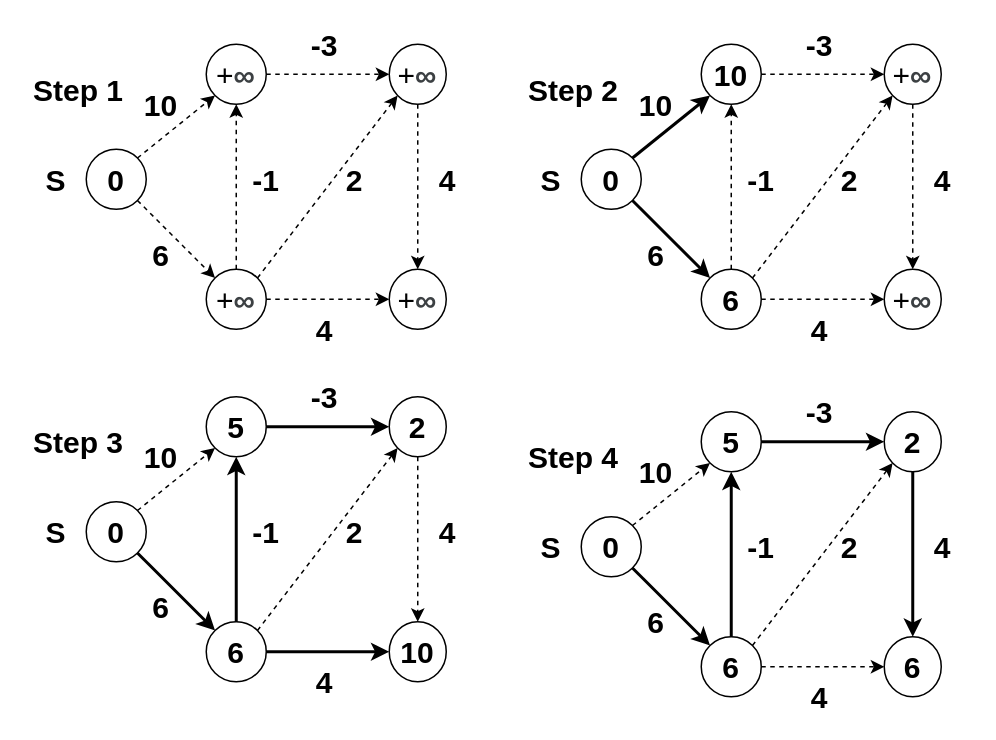
This is figures/sssp.drawio from faisal3325/graph-analytics-review-paper, a draw.io file, before an edit. Source tidied: cells renumbered, new cells numbered last; positions are measured from the earlier drawing's top-left corner, leaving out a move shared by most shapes. Both pictures are drawn from the tidied source at 150%, with x=0, y=0 at pixel (26, 28).
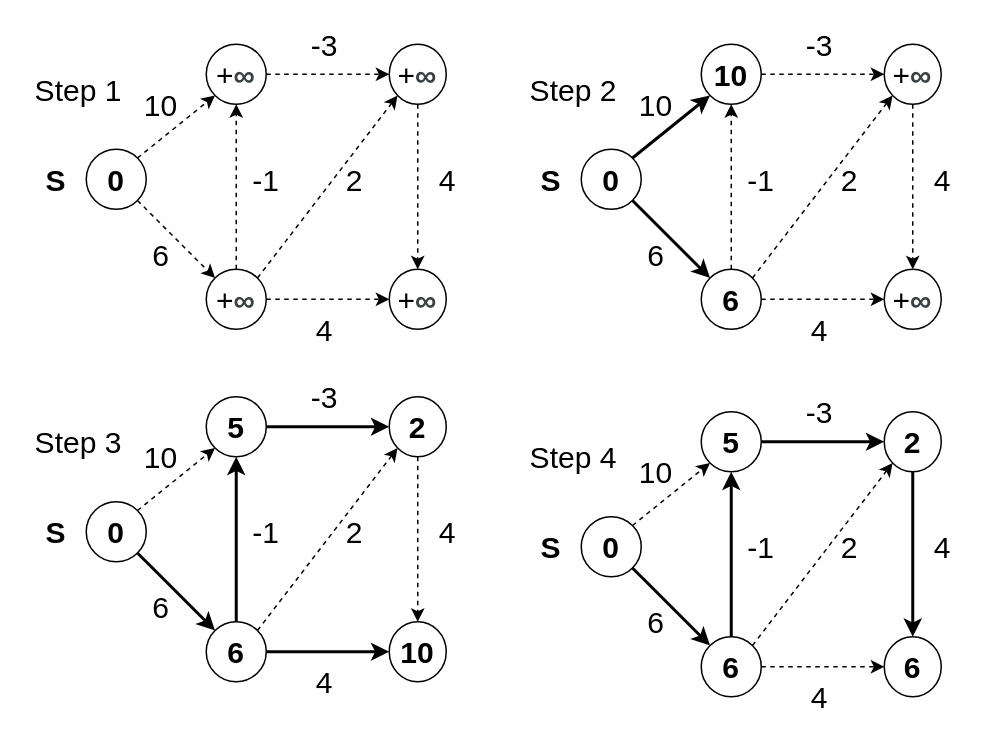
After the change.

Diff of the diagram source:
```diff
@@
-    <mxCell id="15" value="&lt;b style=&quot;font-size: 20px;&quot;&gt;10&lt;/b&gt;" style="text;html=1;strokeColor=none;fillColor=none;align=center;verticalAlign=middle;whiteSpace=wrap;rounded=0;fontSize=20;" parent="1" vertex="1">
+    <mxCell id="15" value="&lt;span style=&quot;font-size: 20px;&quot;&gt;10&lt;/span&gt;" style="text;html=1;strokeColor=none;fillColor=none;align=center;verticalAlign=middle;whiteSpace=wrap;rounded=0;fontSize=20;fontStyle=0;" parent="1" vertex="1">
       <mxGeometry x="70" y="40" width="40" height="20" as="geometry" />
     </mxCell>
-    <mxCell id="16" value="&lt;b style=&quot;font-size: 20px;&quot;&gt;6&lt;/b&gt;" style="text;html=1;strokeColor=none;fillColor=none;align=center;verticalAlign=middle;whiteSpace=wrap;rounded=0;fontSize=20;" parent="1" vertex="1">
+    <mxCell id="16" value="&lt;span style=&quot;font-size: 20px;&quot;&gt;6&lt;/span&gt;" style="text;html=1;strokeColor=none;fillColor=none;align=center;verticalAlign=middle;whiteSpace=wrap;rounded=0;fontSize=20;fontStyle=0;" parent="1" vertex="1">
       <mxGeometry x="70" y="140" width="40" height="20" as="geometry" />
     </mxCell>
-    <mxCell id="17" value="&lt;b style=&quot;font-size: 20px;&quot;&gt;-1&lt;br style=&quot;font-size: 20px;&quot;&gt;&lt;/b&gt;" style="text;html=1;strokeColor=none;fillColor=none;align=center;verticalAlign=middle;whiteSpace=wrap;rounded=0;fontSize=20;" parent="1" vertex="1">
+    <mxCell id="17" value="&lt;span style=&quot;font-size: 20px;&quot;&gt;-1&lt;br style=&quot;font-size: 20px;&quot;&gt;&lt;/span&gt;" style="text;html=1;strokeColor=none;fillColor=none;align=center;verticalAlign=middle;whiteSpace=wrap;rounded=0;fontSize=20;fontStyle=0;" parent="1" vertex="1">
       <mxGeometry x="140" y="90" width="40" height="20" as="geometry" />
     </mxCell>
-    <mxCell id="18" value="&lt;b style=&quot;font-size: 20px;&quot;&gt;-3&lt;br style=&quot;font-size: 20px;&quot;&gt;&lt;/b&gt;" style="text;html=1;strokeColor=none;fillColor=none;align=center;verticalAlign=middle;whiteSpace=wrap;rounded=0;fontSize=20;" parent="1" vertex="1">
+    <mxCell id="18" value="&lt;span style=&quot;font-size: 20px;&quot;&gt;-3&lt;br style=&quot;font-size: 20px;&quot;&gt;&lt;/span&gt;" style="text;html=1;strokeColor=none;fillColor=none;align=center;verticalAlign=middle;whiteSpace=wrap;rounded=0;fontSize=20;fontStyle=0;" parent="1" vertex="1">
       <mxGeometry x="180" width="38" height="20" as="geometry" />
     </mxCell>
-    <mxCell id="19" value="&lt;b style=&quot;font-size: 20px;&quot;&gt;2&lt;br style=&quot;font-size: 20px;&quot;&gt;&lt;/b&gt;" style="text;html=1;strokeColor=none;fillColor=none;align=center;verticalAlign=middle;whiteSpace=wrap;rounded=0;fontSize=20;" parent="1" vertex="1">
+    <mxCell id="19" value="&lt;span style=&quot;font-size: 20px;&quot;&gt;2&lt;br style=&quot;font-size: 20px;&quot;&gt;&lt;/span&gt;" style="text;html=1;strokeColor=none;fillColor=none;align=center;verticalAlign=middle;whiteSpace=wrap;rounded=0;fontSize=20;fontStyle=0;" parent="1" vertex="1">
       <mxGeometry x="200" y="90" width="38" height="20" as="geometry" />
     </mxCell>
-    <mxCell id="20" value="&lt;b style=&quot;font-size: 20px;&quot;&gt;4&lt;br style=&quot;font-size: 20px;&quot;&gt;&lt;/b&gt;" style="text;html=1;strokeColor=none;fillColor=none;align=center;verticalAlign=middle;whiteSpace=wrap;rounded=0;fontSize=20;" parent="1" vertex="1">
+    <mxCell id="20" value="&lt;span style=&quot;font-size: 20px;&quot;&gt;4&lt;br style=&quot;font-size: 20px;&quot;&gt;&lt;/span&gt;" style="text;html=1;strokeColor=none;fillColor=none;align=center;verticalAlign=middle;whiteSpace=wrap;rounded=0;fontSize=20;fontStyle=0;" parent="1" vertex="1">
       <mxGeometry x="262" y="90" width="38" height="20" as="geometry" />
     </mxCell>
-    <mxCell id="21" value="&lt;b style=&quot;font-size: 20px;&quot;&gt;4&lt;br style=&quot;font-size: 20px;&quot;&gt;&lt;/b&gt;" style="text;html=1;strokeColor=none;fillColor=none;align=center;verticalAlign=middle;whiteSpace=wrap;rounded=0;fontSize=20;" parent="1" vertex="1">
+    <mxCell id="21" value="&lt;span style=&quot;font-size: 20px;&quot;&gt;4&lt;br style=&quot;font-size: 20px;&quot;&gt;&lt;/span&gt;" style="text;html=1;strokeColor=none;fillColor=none;align=center;verticalAlign=middle;whiteSpace=wrap;rounded=0;fontSize=20;fontStyle=0;" parent="1" vertex="1">
       <mxGeometry x="180" y="190" width="38" height="20" as="geometry" />
     </mxCell>
-    <mxCell id="22" value="&lt;b style=&quot;font-size: 20px;&quot;&gt;&lt;font style=&quot;font-size: 20px;&quot;&gt;Step 1&lt;/font&gt;&lt;/b&gt;" style="text;html=1;strokeColor=none;fillColor=none;align=center;verticalAlign=middle;whiteSpace=wrap;rounded=0;fontSize=20;" parent="1" vertex="1">
+    <mxCell id="22" value="&lt;span style=&quot;font-size: 20px&quot;&gt;&lt;font style=&quot;font-size: 20px&quot;&gt;Step 1&lt;/font&gt;&lt;/span&gt;" style="text;html=1;strokeColor=none;fillColor=none;align=center;verticalAlign=middle;whiteSpace=wrap;rounded=0;fontSize=20;" parent="1" vertex="1">
       <mxGeometry y="30" width="70" height="20" as="geometry" />
     </mxCell>
-    <mxCell id="23" value="&lt;b style=&quot;font-size: 20px;&quot;&gt;&lt;font style=&quot;font-size: 20px;&quot;&gt;Step 2&lt;/font&gt;&lt;/b&gt;" style="text;html=1;strokeColor=none;fillColor=none;align=center;verticalAlign=middle;whiteSpace=wrap;rounded=0;fontSize=20;" parent="1" vertex="1">
+    <mxCell id="23" value="&lt;span style=&quot;font-size: 20px&quot;&gt;&lt;font style=&quot;font-size: 20px&quot;&gt;Step 2&lt;/font&gt;&lt;/span&gt;" style="text;html=1;strokeColor=none;fillColor=none;align=center;verticalAlign=middle;whiteSpace=wrap;rounded=0;fontSize=20;" parent="1" vertex="1">
       <mxGeometry x="330" y="30" width="70" height="20" as="geometry" />
     </mxCell>
@@
-    <mxCell id="37" value="&lt;b style=&quot;font-size: 20px;&quot;&gt;10&lt;/b&gt;" style="text;html=1;strokeColor=none;fillColor=none;align=center;verticalAlign=middle;whiteSpace=wrap;rounded=0;fontSize=20;" parent="1" vertex="1">
+    <mxCell id="37" value="&lt;span style=&quot;font-size: 20px;&quot;&gt;10&lt;/span&gt;" style="text;html=1;strokeColor=none;fillColor=none;align=center;verticalAlign=middle;whiteSpace=wrap;rounded=0;fontSize=20;fontStyle=0;" parent="1" vertex="1">
       <mxGeometry x="400" y="40" width="40" height="20" as="geometry" />
     </mxCell>
-    <mxCell id="38" value="&lt;b style=&quot;font-size: 20px;&quot;&gt;6&lt;/b&gt;" style="text;html=1;strokeColor=none;fillColor=none;align=center;verticalAlign=middle;whiteSpace=wrap;rounded=0;fontSize=20;" parent="1" vertex="1">
+    <mxCell id="38" value="&lt;span style=&quot;font-size: 20px;&quot;&gt;6&lt;/span&gt;" style="text;html=1;strokeColor=none;fillColor=none;align=center;verticalAlign=middle;whiteSpace=wrap;rounded=0;fontSize=20;fontStyle=0;" parent="1" vertex="1">
       <mxGeometry x="400" y="140" width="40" height="20" as="geometry" />
     </mxCell>
-    <mxCell id="39" value="&lt;b style=&quot;font-size: 20px;&quot;&gt;-1&lt;br style=&quot;font-size: 20px;&quot;&gt;&lt;/b&gt;" style="text;html=1;strokeColor=none;fillColor=none;align=center;verticalAlign=middle;whiteSpace=wrap;rounded=0;fontSize=20;" parent="1" vertex="1">
+    <mxCell id="39" value="&lt;span style=&quot;font-size: 20px;&quot;&gt;-1&lt;br style=&quot;font-size: 20px;&quot;&gt;&lt;/span&gt;" style="text;html=1;strokeColor=none;fillColor=none;align=center;verticalAlign=middle;whiteSpace=wrap;rounded=0;fontSize=20;fontStyle=0;" parent="1" vertex="1">
       <mxGeometry x="470" y="90" width="40" height="20" as="geometry" />
     </mxCell>
-    <mxCell id="40" value="&lt;b style=&quot;font-size: 20px;&quot;&gt;-3&lt;br style=&quot;font-size: 20px;&quot;&gt;&lt;/b&gt;" style="text;html=1;strokeColor=none;fillColor=none;align=center;verticalAlign=middle;whiteSpace=wrap;rounded=0;fontSize=20;" parent="1" vertex="1">
+    <mxCell id="40" value="&lt;span style=&quot;font-size: 20px;&quot;&gt;-3&lt;br style=&quot;font-size: 20px;&quot;&gt;&lt;/span&gt;" style="text;html=1;strokeColor=none;fillColor=none;align=center;verticalAlign=middle;whiteSpace=wrap;rounded=0;fontSize=20;fontStyle=0;" parent="1" vertex="1">
       <mxGeometry x="510" width="38" height="20" as="geometry" />
     </mxCell>
-    <mxCell id="41" value="&lt;b style=&quot;font-size: 20px;&quot;&gt;2&lt;br style=&quot;font-size: 20px;&quot;&gt;&lt;/b&gt;" style="text;html=1;strokeColor=none;fillColor=none;align=center;verticalAlign=middle;whiteSpace=wrap;rounded=0;fontSize=20;" parent="1" vertex="1">
+    <mxCell id="41" value="&lt;span style=&quot;font-size: 20px;&quot;&gt;2&lt;br style=&quot;font-size: 20px;&quot;&gt;&lt;/span&gt;" style="text;html=1;strokeColor=none;fillColor=none;align=center;verticalAlign=middle;whiteSpace=wrap;rounded=0;fontSize=20;fontStyle=0;" parent="1" vertex="1">
       <mxGeometry x="530" y="90" width="38" height="20" as="geometry" />
     </mxCell>
-    <mxCell id="42" value="&lt;b style=&quot;font-size: 20px;&quot;&gt;4&lt;br style=&quot;font-size: 20px;&quot;&gt;&lt;/b&gt;" style="text;html=1;strokeColor=none;fillColor=none;align=center;verticalAlign=middle;whiteSpace=wrap;rounded=0;fontSize=20;" parent="1" vertex="1">
+    <mxCell id="42" value="&lt;span style=&quot;font-size: 20px;&quot;&gt;4&lt;br style=&quot;font-size: 20px;&quot;&gt;&lt;/span&gt;" style="text;html=1;strokeColor=none;fillColor=none;align=center;verticalAlign=middle;whiteSpace=wrap;rounded=0;fontSize=20;fontStyle=0;" parent="1" vertex="1">
       <mxGeometry x="592" y="90" width="38" height="20" as="geometry" />
     </mxCell>
-    <mxCell id="43" value="&lt;b style=&quot;font-size: 20px;&quot;&gt;4&lt;br style=&quot;font-size: 20px;&quot;&gt;&lt;/b&gt;" style="text;html=1;strokeColor=none;fillColor=none;align=center;verticalAlign=middle;whiteSpace=wrap;rounded=0;fontSize=20;" parent="1" vertex="1">
+    <mxCell id="43" value="&lt;span style=&quot;font-size: 20px;&quot;&gt;4&lt;br style=&quot;font-size: 20px;&quot;&gt;&lt;/span&gt;" style="text;html=1;strokeColor=none;fillColor=none;align=center;verticalAlign=middle;whiteSpace=wrap;rounded=0;fontSize=20;fontStyle=0;" parent="1" vertex="1">
       <mxGeometry x="510" y="190" width="38" height="20" as="geometry" />
     </mxCell>
-    <mxCell id="44" value="&lt;b style=&quot;font-size: 20px&quot;&gt;&lt;font style=&quot;font-size: 20px&quot;&gt;Step 3&lt;/font&gt;&lt;/b&gt;" style="text;html=1;strokeColor=none;fillColor=none;align=center;verticalAlign=middle;whiteSpace=wrap;rounded=0;fontSize=20;" parent="1" vertex="1">
+    <mxCell id="44" value="&lt;span style=&quot;font-size: 20px&quot;&gt;&lt;font style=&quot;font-size: 20px&quot;&gt;Step 3&lt;/font&gt;&lt;/span&gt;" style="text;html=1;strokeColor=none;fillColor=none;align=center;verticalAlign=middle;whiteSpace=wrap;rounded=0;fontSize=20;" parent="1" vertex="1">
       <mxGeometry y="265" width="70" height="20" as="geometry" />
     </mxCell>
@@
-    <mxCell id="58" value="&lt;b style=&quot;font-size: 20px;&quot;&gt;10&lt;/b&gt;" style="text;html=1;strokeColor=none;fillColor=none;align=center;verticalAlign=middle;whiteSpace=wrap;rounded=0;fontSize=20;" parent="1" vertex="1">
+    <mxCell id="58" value="&lt;span style=&quot;font-size: 20px;&quot;&gt;10&lt;/span&gt;" style="text;html=1;strokeColor=none;fillColor=none;align=center;verticalAlign=middle;whiteSpace=wrap;rounded=0;fontSize=20;fontStyle=0;" parent="1" vertex="1">
       <mxGeometry x="70" y="275" width="40" height="20" as="geometry" />
     </mxCell>
-    <mxCell id="59" value="&lt;b style=&quot;font-size: 20px;&quot;&gt;6&lt;/b&gt;" style="text;html=1;strokeColor=none;fillColor=none;align=center;verticalAlign=middle;whiteSpace=wrap;rounded=0;fontSize=20;" parent="1" vertex="1">
+    <mxCell id="59" value="&lt;span style=&quot;font-size: 20px;&quot;&gt;6&lt;/span&gt;" style="text;html=1;strokeColor=none;fillColor=none;align=center;verticalAlign=middle;whiteSpace=wrap;rounded=0;fontSize=20;fontStyle=0;" parent="1" vertex="1">
       <mxGeometry x="70" y="375" width="40" height="20" as="geometry" />
     </mxCell>
-    <mxCell id="60" value="&lt;b style=&quot;font-size: 20px;&quot;&gt;-1&lt;br style=&quot;font-size: 20px;&quot;&gt;&lt;/b&gt;" style="text;html=1;strokeColor=none;fillColor=none;align=center;verticalAlign=middle;whiteSpace=wrap;rounded=0;fontSize=20;" parent="1" vertex="1">
+    <mxCell id="60" value="&lt;span style=&quot;font-size: 20px;&quot;&gt;-1&lt;br style=&quot;font-size: 20px;&quot;&gt;&lt;/span&gt;" style="text;html=1;strokeColor=none;fillColor=none;align=center;verticalAlign=middle;whiteSpace=wrap;rounded=0;fontSize=20;fontStyle=0;" parent="1" vertex="1">
       <mxGeometry x="140" y="325" width="40" height="20" as="geometry" />
     </mxCell>
-    <mxCell id="61" value="&lt;b style=&quot;font-size: 20px;&quot;&gt;-3&lt;br style=&quot;font-size: 20px;&quot;&gt;&lt;/b&gt;" style="text;html=1;strokeColor=none;fillColor=none;align=center;verticalAlign=middle;whiteSpace=wrap;rounded=0;fontSize=20;" parent="1" vertex="1">
+    <mxCell id="61" value="&lt;span style=&quot;font-size: 20px;&quot;&gt;-3&lt;br style=&quot;font-size: 20px;&quot;&gt;&lt;/span&gt;" style="text;html=1;strokeColor=none;fillColor=none;align=center;verticalAlign=middle;whiteSpace=wrap;rounded=0;fontSize=20;fontStyle=0;" parent="1" vertex="1">
       <mxGeometry x="180" y="235" width="38" height="20" as="geometry" />
     </mxCell>
-    <mxCell id="62" value="&lt;b style=&quot;font-size: 20px;&quot;&gt;2&lt;br style=&quot;font-size: 20px;&quot;&gt;&lt;/b&gt;" style="text;html=1;strokeColor=none;fillColor=none;align=center;verticalAlign=middle;whiteSpace=wrap;rounded=0;fontSize=20;" parent="1" vertex="1">
+    <mxCell id="62" value="&lt;span style=&quot;font-size: 20px;&quot;&gt;2&lt;br style=&quot;font-size: 20px;&quot;&gt;&lt;/span&gt;" style="text;html=1;strokeColor=none;fillColor=none;align=center;verticalAlign=middle;whiteSpace=wrap;rounded=0;fontSize=20;fontStyle=0;" parent="1" vertex="1">
       <mxGeometry x="200" y="325" width="38" height="20" as="geometry" />
     </mxCell>
-    <mxCell id="63" value="&lt;b style=&quot;font-size: 20px;&quot;&gt;4&lt;br style=&quot;font-size: 20px;&quot;&gt;&lt;/b&gt;" style="text;html=1;strokeColor=none;fillColor=none;align=center;verticalAlign=middle;whiteSpace=wrap;rounded=0;fontSize=20;" parent="1" vertex="1">
+    <mxCell id="63" value="&lt;span style=&quot;font-size: 20px;&quot;&gt;4&lt;br style=&quot;font-size: 20px;&quot;&gt;&lt;/span&gt;" style="text;html=1;strokeColor=none;fillColor=none;align=center;verticalAlign=middle;whiteSpace=wrap;rounded=0;fontSize=20;fontStyle=0;" parent="1" vertex="1">
       <mxGeometry x="262" y="325" width="38" height="20" as="geometry" />
     </mxCell>
-    <mxCell id="64" value="&lt;b style=&quot;font-size: 20px;&quot;&gt;4&lt;br style=&quot;font-size: 20px;&quot;&gt;&lt;/b&gt;" style="text;html=1;strokeColor=none;fillColor=none;align=center;verticalAlign=middle;whiteSpace=wrap;rounded=0;fontSize=20;" parent="1" vertex="1">
+    <mxCell id="64" value="&lt;span style=&quot;font-size: 20px;&quot;&gt;4&lt;br style=&quot;font-size: 20px;&quot;&gt;&lt;/span&gt;" style="text;html=1;strokeColor=none;fillColor=none;align=center;verticalAlign=middle;whiteSpace=wrap;rounded=0;fontSize=20;fontStyle=0;" parent="1" vertex="1">
       <mxGeometry x="180" y="425" width="38" height="20" as="geometry" />
     </mxCell>
-    <mxCell id="65" value="&lt;b style=&quot;font-size: 20px&quot;&gt;&lt;font style=&quot;font-size: 20px&quot;&gt;Step 4&lt;/font&gt;&lt;/b&gt;" style="text;html=1;strokeColor=none;fillColor=none;align=center;verticalAlign=middle;whiteSpace=wrap;rounded=0;fontSize=20;" parent="1" vertex="1">
+    <mxCell id="65" value="&lt;span style=&quot;font-size: 20px&quot;&gt;&lt;font style=&quot;font-size: 20px&quot;&gt;Step 4&lt;/font&gt;&lt;/span&gt;" style="text;html=1;strokeColor=none;fillColor=none;align=center;verticalAlign=middle;whiteSpace=wrap;rounded=0;fontSize=20;" parent="1" vertex="1">
       <mxGeometry x="330" y="275" width="70" height="20" as="geometry" />
     </mxCell>
@@
-    <mxCell id="79" value="&lt;b style=&quot;font-size: 20px;&quot;&gt;10&lt;/b&gt;" style="text;html=1;strokeColor=none;fillColor=none;align=center;verticalAlign=middle;whiteSpace=wrap;rounded=0;fontSize=20;" parent="1" vertex="1">
+    <mxCell id="79" value="&lt;span style=&quot;font-size: 20px;&quot;&gt;10&lt;/span&gt;" style="text;html=1;strokeColor=none;fillColor=none;align=center;verticalAlign=middle;whiteSpace=wrap;rounded=0;fontSize=20;fontStyle=0;" parent="1" vertex="1">
       <mxGeometry x="400" y="285" width="40" height="20" as="geometry" />
     </mxCell>
-    <mxCell id="80" value="&lt;b style=&quot;font-size: 20px;&quot;&gt;6&lt;/b&gt;" style="text;html=1;strokeColor=none;fillColor=none;align=center;verticalAlign=middle;whiteSpace=wrap;rounded=0;fontSize=20;" parent="1" vertex="1">
+    <mxCell id="80" value="&lt;span style=&quot;font-size: 20px;&quot;&gt;6&lt;/span&gt;" style="text;html=1;strokeColor=none;fillColor=none;align=center;verticalAlign=middle;whiteSpace=wrap;rounded=0;fontSize=20;fontStyle=0;" parent="1" vertex="1">
       <mxGeometry x="400" y="385" width="40" height="20" as="geometry" />
     </mxCell>
-    <mxCell id="81" value="&lt;b style=&quot;font-size: 20px;&quot;&gt;-1&lt;br style=&quot;font-size: 20px;&quot;&gt;&lt;/b&gt;" style="text;html=1;strokeColor=none;fillColor=none;align=center;verticalAlign=middle;whiteSpace=wrap;rounded=0;fontSize=20;" parent="1" vertex="1">
+    <mxCell id="81" value="&lt;span style=&quot;font-size: 20px;&quot;&gt;-1&lt;br style=&quot;font-size: 20px;&quot;&gt;&lt;/span&gt;" style="text;html=1;strokeColor=none;fillColor=none;align=center;verticalAlign=middle;whiteSpace=wrap;rounded=0;fontSize=20;fontStyle=0;" parent="1" vertex="1">
       <mxGeometry x="470" y="335" width="40" height="20" as="geometry" />
     </mxCell>
-    <mxCell id="82" value="&lt;b style=&quot;font-size: 20px;&quot;&gt;-3&lt;br style=&quot;font-size: 20px;&quot;&gt;&lt;/b&gt;" style="text;html=1;strokeColor=none;fillColor=none;align=center;verticalAlign=middle;whiteSpace=wrap;rounded=0;fontSize=20;" parent="1" vertex="1">
+    <mxCell id="82" value="&lt;span style=&quot;font-size: 20px;&quot;&gt;-3&lt;br style=&quot;font-size: 20px;&quot;&gt;&lt;/span&gt;" style="text;html=1;strokeColor=none;fillColor=none;align=center;verticalAlign=middle;whiteSpace=wrap;rounded=0;fontSize=20;fontStyle=0;" parent="1" vertex="1">
       <mxGeometry x="510" y="245" width="38" height="20" as="geometry" />
     </mxCell>
-    <mxCell id="83" value="&lt;b style=&quot;font-size: 20px;&quot;&gt;2&lt;br style=&quot;font-size: 20px;&quot;&gt;&lt;/b&gt;" style="text;html=1;strokeColor=none;fillColor=none;align=center;verticalAlign=middle;whiteSpace=wrap;rounded=0;fontSize=20;" parent="1" vertex="1">
+    <mxCell id="83" value="&lt;span style=&quot;font-size: 20px;&quot;&gt;2&lt;br style=&quot;font-size: 20px;&quot;&gt;&lt;/span&gt;" style="text;html=1;strokeColor=none;fillColor=none;align=center;verticalAlign=middle;whiteSpace=wrap;rounded=0;fontSize=20;fontStyle=0;" parent="1" vertex="1">
       <mxGeometry x="530" y="335" width="38" height="20" as="geometry" />
     </mxCell>
-    <mxCell id="84" value="&lt;b style=&quot;font-size: 20px;&quot;&gt;4&lt;br style=&quot;font-size: 20px;&quot;&gt;&lt;/b&gt;" style="text;html=1;strokeColor=none;fillColor=none;align=center;verticalAlign=middle;whiteSpace=wrap;rounded=0;fontSize=20;" parent="1" vertex="1">
+    <mxCell id="84" value="&lt;span style=&quot;font-size: 20px;&quot;&gt;4&lt;br style=&quot;font-size: 20px;&quot;&gt;&lt;/span&gt;" style="text;html=1;strokeColor=none;fillColor=none;align=center;verticalAlign=middle;whiteSpace=wrap;rounded=0;fontSize=20;fontStyle=0;" parent="1" vertex="1">
       <mxGeometry x="592" y="335" width="38" height="20" as="geometry" />
     </mxCell>
-    <mxCell id="85" value="&lt;b style=&quot;font-size: 20px;&quot;&gt;4&lt;br style=&quot;font-size: 20px;&quot;&gt;&lt;/b&gt;" style="text;html=1;strokeColor=none;fillColor=none;align=center;verticalAlign=middle;whiteSpace=wrap;rounded=0;fontSize=20;" parent="1" vertex="1">
+    <mxCell id="85" value="&lt;span style=&quot;font-size: 20px;&quot;&gt;4&lt;br style=&quot;font-size: 20px;&quot;&gt;&lt;/span&gt;" style="text;html=1;strokeColor=none;fillColor=none;align=center;verticalAlign=middle;whiteSpace=wrap;rounded=0;fontSize=20;fontStyle=0;" parent="1" vertex="1">
       <mxGeometry x="510" y="435" width="38" height="20" as="geometry" />
     </mxCell>
```
